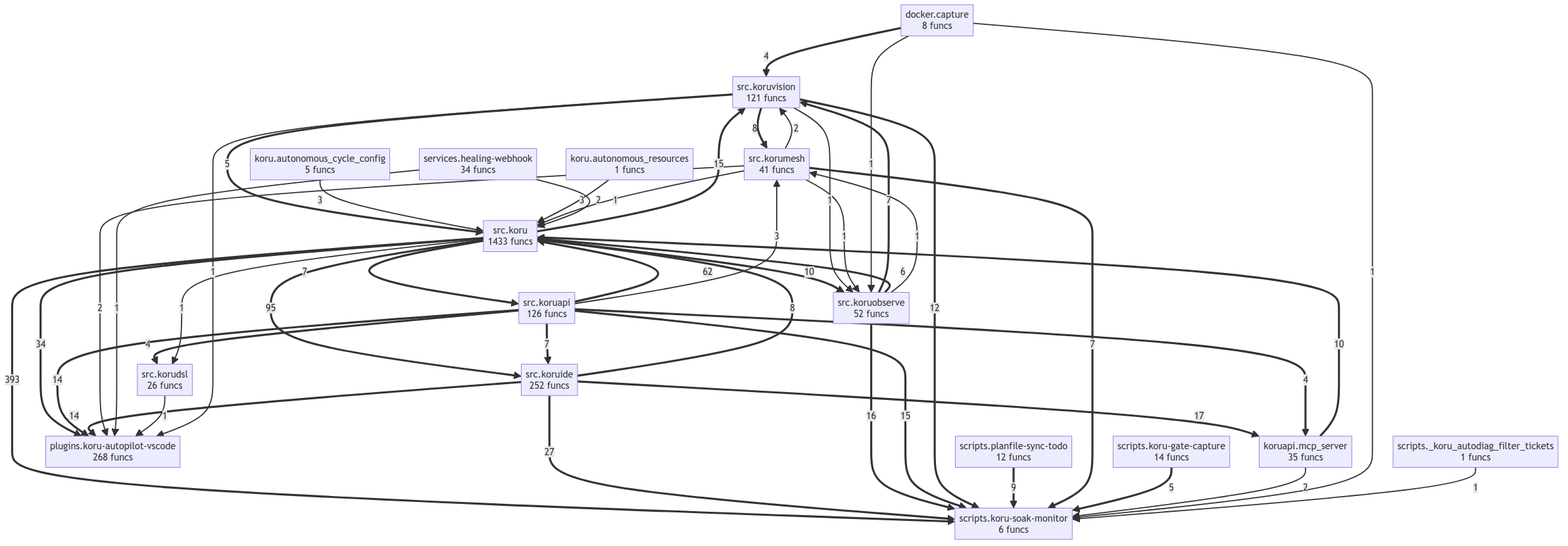
This is project/compact_flow.png from semcod/koru, a Mermaid export, as it was before one commit. Its source is kept beside it as project/compact_flow.mmd. Its diagram source:
```mermaid
flowchart TD
    docker__capture["docker.capture<br/>8 funcs"]
    koru__autonomous_cycle_config["koru.autonomous_cycle_config<br/>5 funcs"]
    koru__autonomous_resources["koru.autonomous_resources<br/>1 funcs"]
    koruapi__mcp_server["koruapi.mcp_server<br/>35 funcs"]
    plugins__koru_autopilot_vscode["plugins.koru-autopilot-vscode<br/>268 funcs"]
    scripts___koru_autodiag_filter_tickets["scripts._koru_autodiag_filter_tickets<br/>1 funcs"]
    scripts__koru_gate_capture["scripts.koru-gate-capture<br/>14 funcs"]
    scripts__koru_soak_monitor["scripts.koru-soak-monitor<br/>6 funcs"]
    scripts__planfile_sync_todo["scripts.planfile-sync-todo<br/>12 funcs"]
    services__healing_webhook["services.healing-webhook<br/>34 funcs"]
    src__koru["src.koru<br/>1433 funcs"]
    src__koruapi["src.koruapi<br/>126 funcs"]
    src__korudsl["src.korudsl<br/>26 funcs"]
    src__koruide["src.koruide<br/>252 funcs"]
    src__korumesh["src.korumesh<br/>41 funcs"]
    src__koruobserve["src.koruobserve<br/>52 funcs"]
    src__koruvision["src.koruvision<br/>121 funcs"]
    src__koru ==>|393| scripts__koru_soak_monitor
    src__koru ==>|95| src__koruide
    src__koruapi ==>|62| src__koru
    src__koru ==>|34| plugins__koru_autopilot_vscode
    src__koruide ==>|27| scripts__koru_soak_monitor
    src__koruide ==>|17| koruapi__mcp_server
    src__koruobserve ==>|16| scripts__koru_soak_monitor
    src__koruapi ==>|15| scripts__koru_soak_monitor
    src__koru ==>|15| src__koruvision
    src__koruapi ==>|14| plugins__koru_autopilot_vscode
    src__koruide ==>|14| plugins__koru_autopilot_vscode
    src__koruvision ==>|12| scripts__koru_soak_monitor
    koruapi__mcp_server ==>|10| src__koru
    src__koru ==>|10| src__koruobserve
    scripts__planfile_sync_todo ==>|9| scripts__koru_soak_monitor
    src__koruvision ==>|8| src__korumesh
    src__koruide ==>|8| src__koru
    src__koruobserve ==>|7| src__koruvision
    src__koruapi ==>|7| src__koruide
    src__korumesh ==>|7| scripts__koru_soak_monitor
    src__koru ==>|7| src__koruapi
    src__koruobserve ==>|6| src__koru
    src__koruvision ==>|5| src__koru
    scripts__koru_gate_capture ==>|5| scripts__koru_soak_monitor
    src__koruapi ==>|4| koruapi__mcp_server
    src__koruapi ==>|4| src__korudsl
    docker__capture ==>|4| src__koruvision
    src__koruapi -->|3| src__korumesh
    koru__autonomous_cycle_config -->|3| src__koru
    koru__autonomous_resources -->|3| src__koru
    koruapi__mcp_server -->|2| scripts__koru_soak_monitor
    src__korumesh -->|2| src__koru
    src__korumesh -->|2| src__koruvision
    src__korumesh -->|2| plugins__koru_autopilot_vscode
    services__healing_webhook -->|1| plugins__koru_autopilot_vscode
    services__healing_webhook -->|1| src__koru
    src__koruobserve -->|1| src__korumesh
    src__korudsl -->|1| plugins__koru_autopilot_vscode
    src__koruvision -->|1| plugins__koru_autopilot_vscode
    src__koruvision -->|1| src__koruobserve
    src__korumesh -->|1| src__koruobserve
    src__koru -->|1| src__korudsl
    docker__capture -->|1| src__koruobserve
    docker__capture -->|1| scripts__koru_soak_monitor
    scripts___koru_autodiag_filter_tickets -->|1| scripts__koru_soak_monitor
```
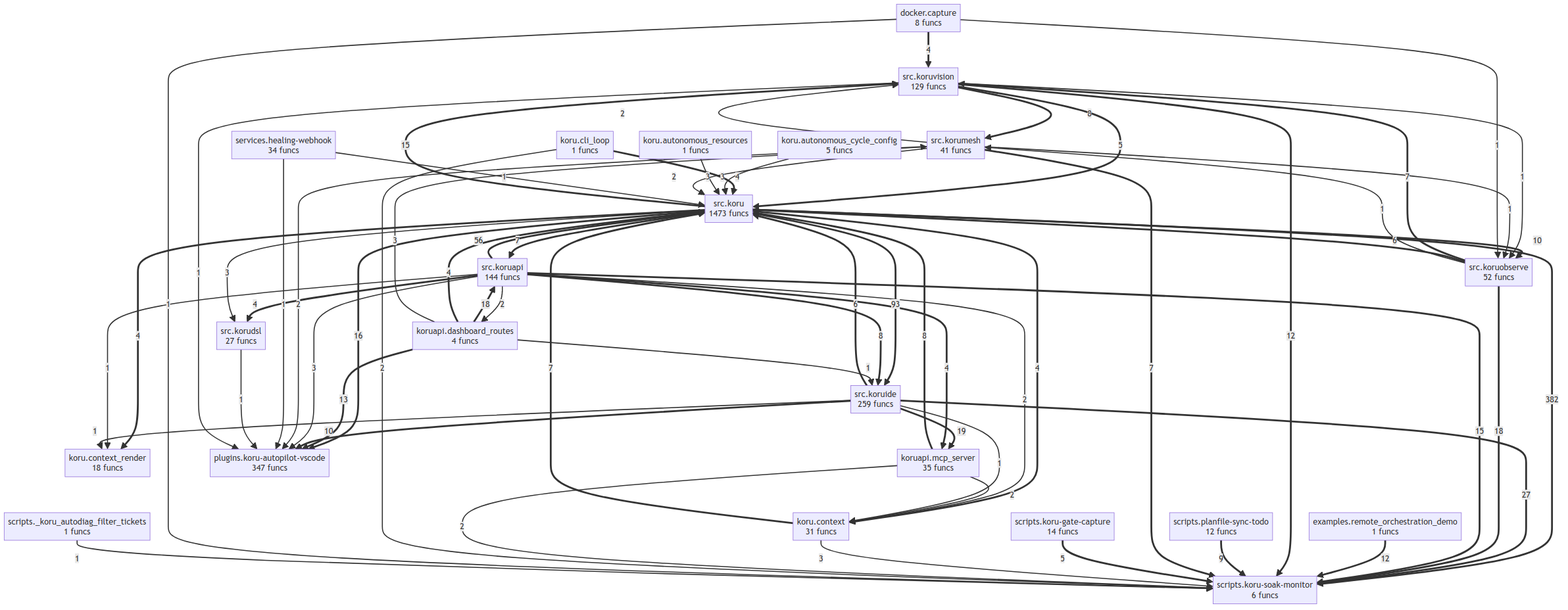
The same file after the commit.

What changed in the source:
```diff
@@ -1,63 +1,85 @@
 flowchart TD
     docker__capture["docker.capture<br/>8 funcs"]
+    examples__remote_orchestration_demo["examples.remote_orchestration_demo<br/>1 funcs"]
     koru__autonomous_cycle_config["koru.autonomous_cycle_config<br/>5 funcs"]
     koru__autonomous_resources["koru.autonomous_resources<br/>1 funcs"]
+    koru__cli_loop["koru.cli_loop<br/>1 funcs"]
+    koru__context["koru.context<br/>31 funcs"]
+    koru__context_render["koru.context_render<br/>18 funcs"]
+    koruapi__dashboard_routes["koruapi.dashboard_routes<br/>4 funcs"]
     koruapi__mcp_server["koruapi.mcp_server<br/>35 funcs"]
-    plugins__koru_autopilot_vscode["plugins.koru-autopilot-vscode<br/>268 funcs"]
+    plugins__koru_autopilot_vscode["plugins.koru-autopilot-vscode<br/>347 funcs"]
     scripts___koru_autodiag_filter_tickets["scripts._koru_autodiag_filter_tickets<br/>1 funcs"]
     scripts__koru_gate_capture["scripts.koru-gate-capture<br/>14 funcs"]
     scripts__koru_soak_monitor["scripts.koru-soak-monitor<br/>6 funcs"]
     scripts__planfile_sync_todo["scripts.planfile-sync-todo<br/>12 funcs"]
     services__healing_webhook["services.healing-webhook<br/>34 funcs"]
-    src__koru["src.koru<br/>1433 funcs"]
-    src__koruapi["src.koruapi<br/>126 funcs"]
-    src__korudsl["src.korudsl<br/>26 funcs"]
-    src__koruide["src.koruide<br/>252 funcs"]
+    src__koru["src.koru<br/>1473 funcs"]
+    src__koruapi["src.koruapi<br/>144 funcs"]
+    src__korudsl["src.korudsl<br/>27 funcs"]
+    src__koruide["src.koruide<br/>259 funcs"]
     src__korumesh["src.korumesh<br/>41 funcs"]
     src__koruobserve["src.koruobserve<br/>52 funcs"]
-    src__koruvision["src.koruvision<br/>121 funcs"]
-    src__koru ==>|393| scripts__koru_soak_monitor
-    src__koru ==>|95| src__koruide
-    src__koruapi ==>|62| src__koru
-    src__koru ==>|34| plugins__koru_autopilot_vscode
+    src__koruvision["src.koruvision<br/>129 funcs"]
+    src__koru ==>|382| scripts__koru_soak_monitor
+    src__koru ==>|93| src__koruide
+    src__koruapi ==>|56| src__koru
     src__koruide ==>|27| scripts__koru_soak_monitor
-    src__koruide ==>|17| koruapi__mcp_server
-    src__koruobserve ==>|16| scripts__koru_soak_monitor
+    src__koruide ==>|19| koruapi__mcp_server
+    src__koruobserve ==>|18| scripts__koru_soak_monitor
+    koruapi__dashboard_routes ==>|18| src__koruapi
+    src__koru ==>|16| plugins__koru_autopilot_vscode
     src__koruapi ==>|15| scripts__koru_soak_monitor
     src__koru ==>|15| src__koruvision
-    src__koruapi ==>|14| plugins__koru_autopilot_vscode
-    src__koruide ==>|14| plugins__koru_autopilot_vscode
+    koruapi__dashboard_routes ==>|13| plugins__koru_autopilot_vscode
+    examples__remote_orchestration_demo ==>|12| scripts__koru_soak_monitor
     src__koruvision ==>|12| scripts__koru_soak_monitor
-    koruapi__mcp_server ==>|10| src__koru
+    src__koruide ==>|10| plugins__koru_autopilot_vscode
     src__koru ==>|10| src__koruobserve
     scripts__planfile_sync_todo ==>|9| scripts__koru_soak_monitor
+    src__koruapi ==>|8| src__koruide
+    koruapi__mcp_server ==>|8| src__koru
     src__koruvision ==>|8| src__korumesh
-    src__koruide ==>|8| src__koru
     src__koruobserve ==>|7| src__koruvision
-    src__koruapi ==>|7| src__koruide
     src__korumesh ==>|7| scripts__koru_soak_monitor
     src__koru ==>|7| src__koruapi
+    koru__context ==>|7| src__koru
     src__koruobserve ==>|6| src__koru
+    src__koruide ==>|6| src__koru
     src__koruvision ==>|5| src__koru
     scripts__koru_gate_capture ==>|5| scripts__koru_soak_monitor
     src__koruapi ==>|4| koruapi__mcp_server
+    koruapi__dashboard_routes ==>|4| src__koru
     src__koruapi ==>|4| src__korudsl
+    src__koru ==>|4| koru__context
+    src__koru ==>|4| koru__context_render
+    koru__cli_loop ==>|4| src__koru
     docker__capture ==>|4| src__koruvision
-    src__koruapi -->|3| src__korumesh
+    src__koruapi -->|3| plugins__koru_autopilot_vscode
+    koruapi__dashboard_routes -->|3| src__korumesh
     koru__autonomous_cycle_config -->|3| src__koru
+    koru__context -->|3| scripts__koru_soak_monitor
+    src__koru -->|3| src__korudsl
     koru__autonomous_resources -->|3| src__koru
+    src__koruapi -->|2| koru__context
+    src__koruapi -->|2| koruapi__dashboard_routes
+    koruapi__mcp_server -->|2| koru__context
     koruapi__mcp_server -->|2| scripts__koru_soak_monitor
     src__korumesh -->|2| src__koru
     src__korumesh -->|2| src__koruvision
     src__korumesh -->|2| plugins__koru_autopilot_vscode
+    koru__cli_loop -->|2| scripts__koru_soak_monitor
     services__healing_webhook -->|1| plugins__koru_autopilot_vscode
     services__healing_webhook -->|1| src__koru
     src__koruobserve -->|1| src__korumesh
     src__korudsl -->|1| plugins__koru_autopilot_vscode
+    koruapi__dashboard_routes -->|1| src__koruide
+    src__koruapi -->|1| koru__context_render
     src__koruvision -->|1| plugins__koru_autopilot_vscode
     src__koruvision -->|1| src__koruobserve
     src__korumesh -->|1| src__koruobserve
-    src__koru -->|1| src__korudsl
+    src__koruide -->|1| koru__context_render
+    src__koruide -->|1| koru__context
     docker__capture -->|1| src__koruobserve
     docker__capture -->|1| scripts__koru_soak_monitor
     scripts___koru_autodiag_filter_tickets -->|1| scripts__koru_soak_monitor
```
